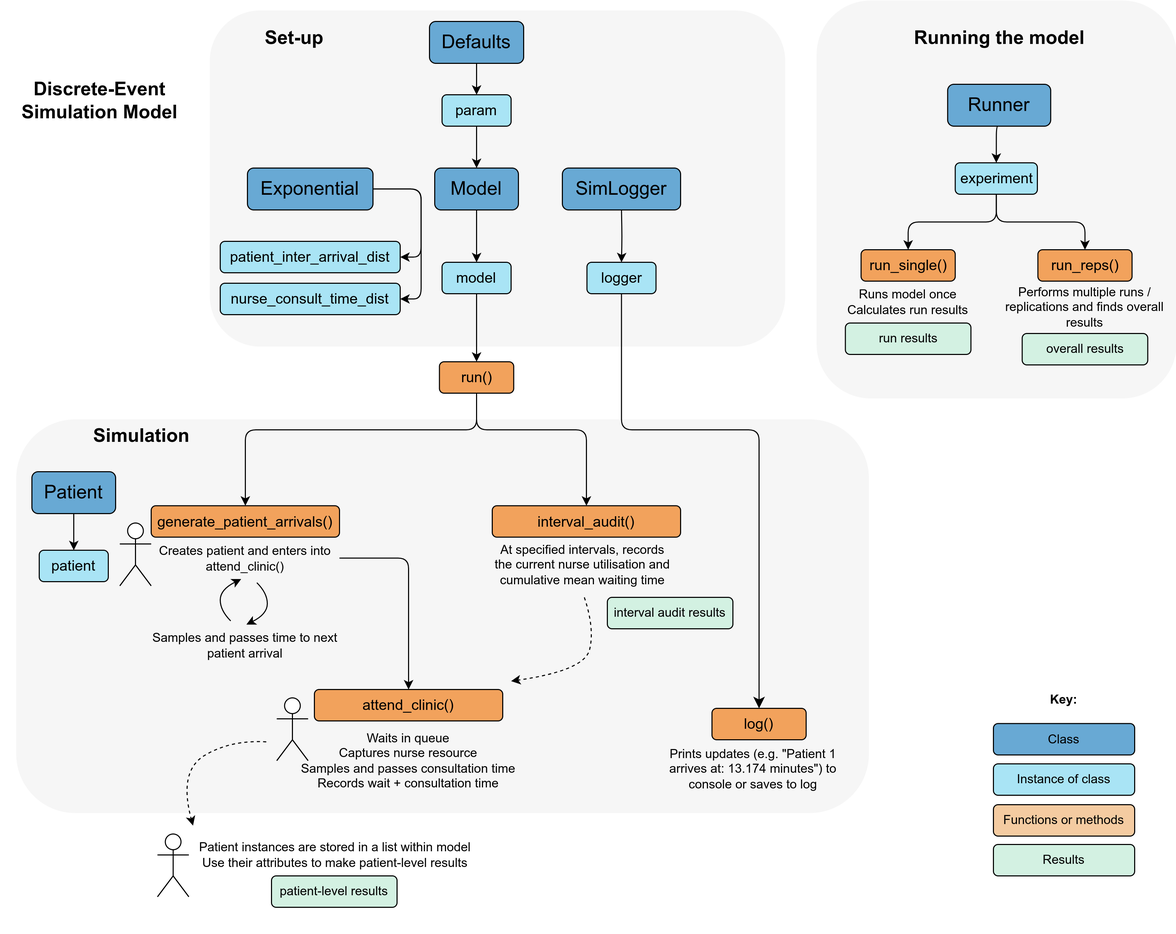
This is images/model_structure.png from pythonhealthdatascience/pydesrap_mms, a draw.io export, as it was before one commit. Source tidied: cells renumbered, new cells last; positions are measured from the earlier drawing's top-left corner, leaving out a move shared by most shapes.
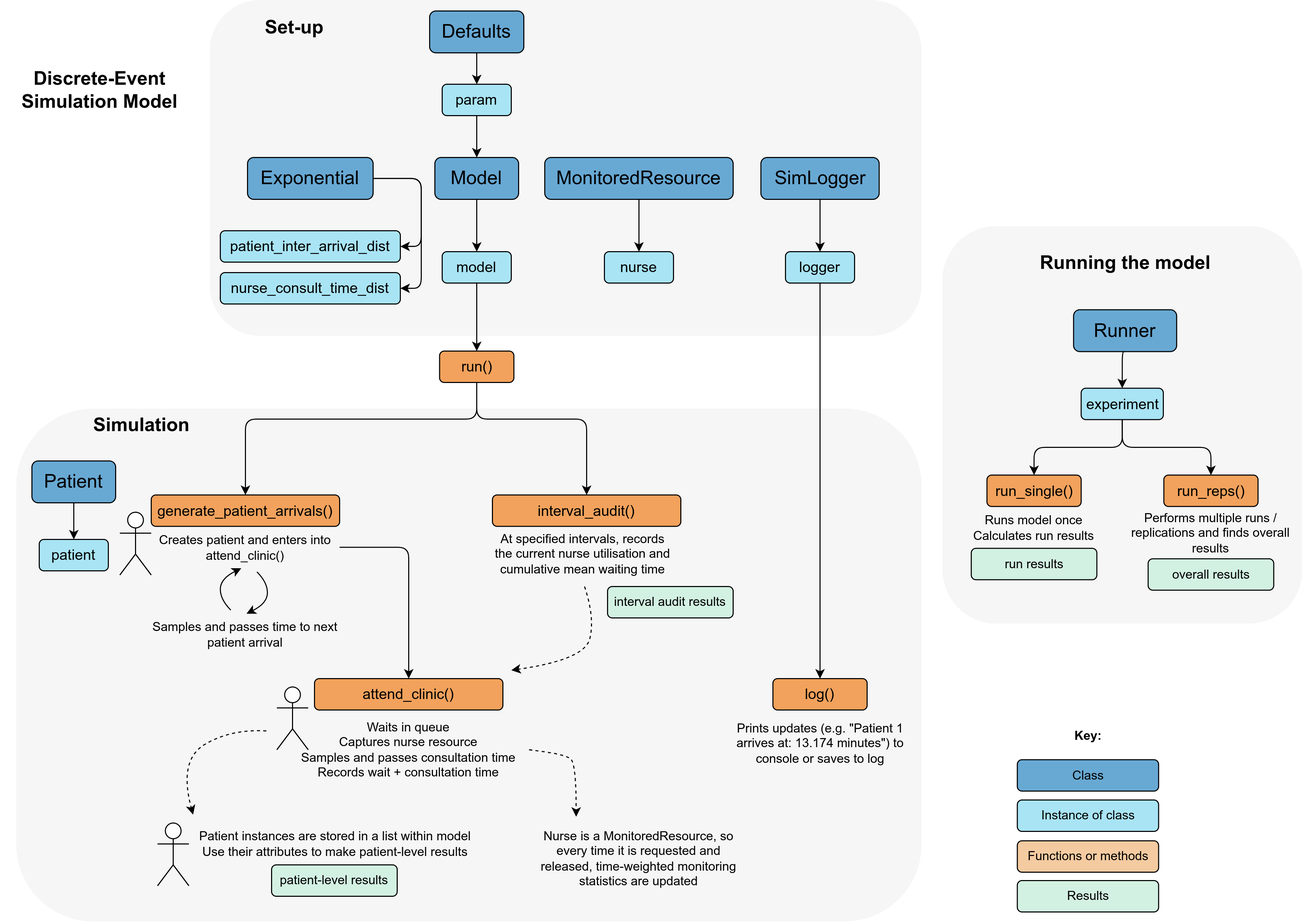
After the change.

Commit message:
docs(draw.io): update model structure diagram, adding MonitoredResource

The edit, as a diff of the source:
```diff
@@ -3,13 +3,13 @@
     <mxCell id="0" />
     <mxCell id="1" parent="0" />
     <mxCell id="2" style="rounded=1;whiteSpace=wrap;html=1;fillColor=#EEEEEE;strokeColor=none;opacity=50;" parent="1" vertex="1">
-      <mxGeometry x="780" width="344" height="380" as="geometry" />
+      <mxGeometry x="900" y="225.5" width="344" height="380" as="geometry" />
     </mxCell>
     <mxCell id="3" style="rounded=1;whiteSpace=wrap;html=1;strokeColor=none;fillColor=#EEEEEE;fontStyle=1;opacity=50;" parent="1" vertex="1">
-      <mxGeometry x="15" y="400" width="815" height="376" as="geometry" />
+      <mxGeometry x="15" y="400" width="865" height="490" as="geometry" />
     </mxCell>
     <mxCell id="4" style="rounded=1;whiteSpace=wrap;html=1;strokeColor=none;fillColor=#EEEEEE;fontStyle=1;opacity=50;" parent="1" vertex="1">
-      <mxGeometry x="200" y="9.5" width="550" height="321" as="geometry" />
+      <mxGeometry x="200" y="9.5" width="680" height="321" as="geometry" />
     </mxCell>
     <mxCell id="5" style="edgeStyle=orthogonalEdgeStyle;rounded=1;jettySize=auto;html=1;exitX=1;exitY=0.5;exitDx=0;exitDy=0;entryX=1;entryY=0.5;entryDx=0;entryDy=0;" parent="1" edge="1" source="7" target="39">
       <mxGeometry relative="1" as="geometry" />
@@ -36,7 +36,7 @@
       <mxGeometry relative="1" as="geometry" />
     </mxCell>
     <mxCell id="13" value="&lt;font style=&quot;font-size: 18px;&quot;&gt;Runner&lt;/font&gt;" style="rounded=1;whiteSpace=wrap;html=1;fillColor=#68A9D4;" parent="1" vertex="1">
-      <mxGeometry x="905.2" y="80" width="98.5" height="40" as="geometry" />
+      <mxGeometry x="1025.2" y="305.5" width="98.5" height="40" as="geometry" />
     </mxCell>
     <mxCell id="14" style="edgeStyle=orthogonalEdgeStyle;rounded=1;jettySize=auto;html=1;exitX=0.5;exitY=1;exitDx=0;exitDy=0;entryX=0.5;entryY=0;entryDx=0;entryDy=0;" parent="1" edge="1" source="15" target="11">
       <mxGeometry relative="1" as="geometry" />
@@ -125,7 +125,7 @@
       <mxGeometry relative="1" as="geometry" />
     </mxCell>
     <mxCell id="37" value="&lt;font style=&quot;font-size: 14px;&quot;&gt;experiment&lt;/font&gt;" style="rounded=1;whiteSpace=wrap;html=1;fillColor=#A9E4F5;" parent="1" vertex="1">
-      <mxGeometry x="912.5" y="155" width="78.5" height="30" as="geometry" />
+      <mxGeometry x="1032.5" y="380.5" width="78.5" height="30" as="geometry" />
     </mxCell>
     <mxCell id="38" value="&lt;font style=&quot;font-size: 14px;&quot;&gt;patient&lt;/font&gt;" style="rounded=1;whiteSpace=wrap;html=1;fillColor=#A9E4F5;" parent="1" vertex="1">
       <mxGeometry x="37" y="525" width="66" height="30" as="geometry" />
@@ -137,13 +137,13 @@
       <mxGeometry x="210" y="270" width="172" height="30" as="geometry" />
     </mxCell>
     <mxCell id="41" value="&lt;font style=&quot;font-size: 14px;&quot;&gt;run_single()&lt;/font&gt;" style="rounded=1;whiteSpace=wrap;html=1;fillColor=#F2A25C;" parent="1" vertex="1">
-      <mxGeometry x="822.5" y="238" width="90" height="30" as="geometry" />
+      <mxGeometry x="942.5" y="463.5" width="90" height="30" as="geometry" />
     </mxCell>
     <mxCell id="42" value="&lt;font style=&quot;font-size: 14px;&quot;&gt;run_reps()&lt;/font&gt;" style="rounded=1;whiteSpace=wrap;html=1;fillColor=#F2A25C;" parent="1" vertex="1">
-      <mxGeometry x="991.5" y="238" width="90" height="30" as="geometry" />
+      <mxGeometry x="1111.5" y="463.5" width="90" height="30" as="geometry" />
     </mxCell>
     <mxCell id="43" value="Runs model once&lt;div&gt;Calculates run results&lt;/div&gt;" style="text;html=1;align=center;verticalAlign=middle;whiteSpace=wrap;rounded=1;" parent="1" vertex="1">
-      <mxGeometry x="780" y="268" width="175" height="40" as="geometry" />
+      <mxGeometry x="900" y="493.5" width="175" height="40" as="geometry" />
     </mxCell>
     <mxCell id="44" value="patient-level results" style="rounded=1;whiteSpace=wrap;html=1;fillColor=#D3F1E2;" parent="1" vertex="1">
       <mxGeometry x="259" y="836" width="120" height="30" as="geometry" />
@@ -152,31 +152,31 @@
       <mxGeometry x="580" y="570" width="120" height="30" as="geometry" />
     </mxCell>
     <mxCell id="46" value="run results" style="rounded=1;whiteSpace=wrap;html=1;fillColor=#D3F1E2;" parent="1" vertex="1">
-      <mxGeometry x="807.5" y="308" width="120" height="30" as="geometry" />
+      <mxGeometry x="927.5" y="533.5" width="120" height="30" as="geometry" />
     </mxCell>
     <mxCell id="47" value="overall results" style="rounded=1;whiteSpace=wrap;html=1;fillColor=#D3F1E2;" parent="1" vertex="1">
-      <mxGeometry x="976.5" y="318" width="120" height="30" as="geometry" />
+      <mxGeometry x="1096.5" y="543.5" width="120" height="30" as="geometry" />
     </mxCell>
     <mxCell id="48" value="Performs multiple runs / replications and finds overall results" style="text;html=1;align=center;verticalAlign=middle;whiteSpace=wrap;rounded=1;" parent="1" vertex="1">
-      <mxGeometry x="949" y="273" width="175" height="40" as="geometry" />
+      <mxGeometry x="1069" y="498.5" width="175" height="40" as="geometry" />
     </mxCell>
     <mxCell id="49" value="At specified intervals, records the current nurse utilisation and cumulative mean waiting time" style="text;html=1;align=center;verticalAlign=middle;whiteSpace=wrap;rounded=1;" parent="1" vertex="1">
       <mxGeometry x="469" y="519" width="175" height="40" as="geometry" />
     </mxCell>
     <mxCell id="50" value="Key:" style="text;html=1;align=center;verticalAlign=middle;whiteSpace=wrap;rounded=1;fontStyle=1;" parent="1" vertex="1">
-      <mxGeometry x="994" y="655" width="45" height="25" as="geometry" />
+      <mxGeometry x="1016.5" y="700" width="45" height="25" as="geometry" />
     </mxCell>
     <mxCell id="51" value="Results" style="rounded=1;whiteSpace=wrap;html=1;fillColor=#D3F1E2;" parent="1" vertex="1">
-      <mxGeometry x="949" y="806" width="135" height="30" as="geometry" />
+      <mxGeometry x="971.5" y="851" width="135" height="30" as="geometry" />
     </mxCell>
     <mxCell id="52" value="Functions or methods" style="rounded=1;whiteSpace=wrap;html=1;fillColor=#F4CBA1;" parent="1" vertex="1">
-      <mxGeometry x="949" y="768" width="135" height="30" as="geometry" />
+      <mxGeometry x="971.5" y="813" width="135" height="30" as="geometry" />
     </mxCell>
     <mxCell id="53" value="Instance of class" style="rounded=1;whiteSpace=wrap;html=1;fillColor=#A9E4F5;" parent="1" vertex="1">
-      <mxGeometry x="949" y="729" width="135" height="30" as="geometry" />
+      <mxGeometry x="971.5" y="774" width="135" height="30" as="geometry" />
     </mxCell>
     <mxCell id="54" value="Class" style="rounded=1;whiteSpace=wrap;html=1;fillColor=#68A9D4;" parent="1" vertex="1">
-      <mxGeometry x="949" y="690.5" width="135" height="30" as="geometry" />
+      <mxGeometry x="971.5" y="735.5" width="135" height="30" as="geometry" />
     </mxCell>
     <mxCell id="55" style="curved=1;endArrow=classic;html=1;rounded=1;" parent="1" edge="1">
       <mxGeometry relative="1" as="geometry">
@@ -215,32 +215,25 @@
       <mxGeometry y="60" width="190" height="71" as="geometry" />
     </mxCell>
     <mxCell id="60" value="&lt;font style=&quot;font-size: 18px;&quot;&gt;Running the model&lt;/font&gt;" style="text;html=1;align=center;verticalAlign=middle;whiteSpace=wrap;rounded=1;fontStyle=1;" parent="1" vertex="1">
-      <mxGeometry x="859.5" y="20" width="190" height="31" as="geometry" />
+      <mxGeometry x="979.5" y="245.5" width="190" height="31" as="geometry" />
     </mxCell>
+    <mxCell id="69" style="edgeStyle=orthogonalEdgeStyle;rounded=1;jettySize=auto;html=1;exitX=0.5;exitY=1;exitDx=0;exitDy=0;entryX=0.5;entryY=0;entryDx=0;entryDy=0;curved=0;" parent="1" edge="1" source="61" target="64">
+      <mxGeometry relative="1" as="geometry" />
+    </mxCell>
     <mxCell id="61" value="&lt;font style=&quot;font-size: 18px;&quot;&gt;SimLogger&lt;/font&gt;" style="rounded=1;whiteSpace=wrap;html=1;fillColor=#68A9D4;" parent="1" vertex="1">
-      <mxGeometry x="537" y="160" width="113" height="40" as="geometry" />
+      <mxGeometry x="726.5" y="160" width="113" height="40" as="geometry" />
     </mxCell>
-    <mxCell id="62" style="edgeStyle=orthogonalEdgeStyle;rounded=1;jettySize=auto;html=1;exitX=0.5;exitY=1;exitDx=0;exitDy=0;entryX=0.5;entryY=0;entryDx=0;entryDy=0;" parent="1" edge="1" target="64">
-      <mxGeometry relative="1" as="geometry">
-        <mxPoint x="593.5" y="200" as="sourcePoint" />
-      </mxGeometry>
-    </mxCell>
-    <mxCell id="63" style="edgeStyle=orthogonalEdgeStyle;rounded=1;jettySize=auto;html=1;exitX=0.5;exitY=1;exitDx=0;exitDy=0;entryX=0.5;entryY=0;entryDx=0;entryDy=0;fontSize=12;startSize=8;endSize=8;" parent="1" edge="1" source="64" target="65">
-      <mxGeometry relative="1" as="geometry">
-        <Array as="points">
-          <mxPoint x="594" y="410" />
-          <mxPoint x="725" y="410" />
-        </Array>
-      </mxGeometry>
+    <mxCell id="63" style="edgeStyle=orthogonalEdgeStyle;rounded=1;jettySize=auto;html=1;exitX=0.5;exitY=1;exitDx=0;exitDy=0;entryX=0.5;entryY=0;entryDx=0;entryDy=0;curved=0;" parent="1" edge="1" source="64" target="65">
+      <mxGeometry relative="1" as="geometry" />
     </mxCell>
     <mxCell id="64" value="&lt;font style=&quot;font-size: 14px;&quot;&gt;logger&lt;/font&gt;" style="rounded=1;whiteSpace=wrap;html=1;fillColor=#A9E4F5;" parent="1" vertex="1">
-      <mxGeometry x="560.5" y="250" width="66" height="30" as="geometry" />
+      <mxGeometry x="750" y="250" width="66" height="30" as="geometry" />
     </mxCell>
     <mxCell id="65" value="&lt;font style=&quot;font-size: 14px;&quot;&gt;log()&lt;/font&gt;" style="rounded=1;whiteSpace=wrap;html=1;fillColor=#F2A25C;" parent="1" vertex="1">
-      <mxGeometry x="680" y="676" width="90" height="30" as="geometry" />
+      <mxGeometry x="738" y="658" width="90" height="30" as="geometry" />
     </mxCell>
     <mxCell id="66" value="Prints updates&amp;nbsp;&lt;span style=&quot;background-color: transparent; color: light-dark(rgb(0, 0, 0), rgb(255, 255, 255));&quot;&gt;(e.g. &quot;Patient 1 arrives at: 13.174 minutes&quot;) to console or saves to log&lt;/span&gt;" style="text;html=1;align=center;verticalAlign=middle;whiteSpace=wrap;rounded=1;" parent="1" vertex="1">
-      <mxGeometry x="626.5" y="713.5" width="185" height="40" as="geometry" />
+      <mxGeometry x="690.5" y="700" width="185" height="40" as="geometry" />
     </mxCell>
     <mxCell id="67" value="&lt;font style=&quot;font-size: 18px;&quot;&gt;Set-up&lt;/font&gt;" style="text;html=1;align=center;verticalAlign=middle;whiteSpace=wrap;rounded=1;fontStyle=1;" parent="1" vertex="1">
       <mxGeometry x="236" y="20" width="90" height="31" as="geometry" />
@@ -248,5 +241,26 @@
     <mxCell id="68" value="&lt;font style=&quot;font-size: 18px;&quot;&gt;Simulation&lt;/font&gt;" style="text;html=1;align=center;verticalAlign=middle;whiteSpace=wrap;rounded=1;fontStyle=1;" parent="1" vertex="1">
       <mxGeometry x="80" y="400" width="110" height="31" as="geometry" />
     </mxCell>
+    <mxCell id="70" style="edgeStyle=orthogonalEdgeStyle;rounded=1;jettySize=auto;html=1;exitX=0.5;exitY=1;exitDx=0;exitDy=0;entryX=0.5;entryY=0;entryDx=0;entryDy=0;curved=0;" parent="1" edge="1" source="71" target="72">
+      <mxGeometry relative="1" as="geometry" />
+    </mxCell>
+    <mxCell id="71" value="&lt;font style=&quot;font-size: 18px;&quot;&gt;MonitoredResource&lt;/font&gt;" style="rounded=1;whiteSpace=wrap;html=1;fillColor=#68A9D4;" parent="1" vertex="1">
+      <mxGeometry x="520" y="160" width="180" height="40" as="geometry" />
+    </mxCell>
+    <mxCell id="72" value="&lt;font style=&quot;font-size: 14px;&quot;&gt;nurse&lt;/font&gt;" style="rounded=1;whiteSpace=wrap;html=1;fillColor=#A9E4F5;" parent="1" vertex="1">
+      <mxGeometry x="577" y="250" width="66" height="30" as="geometry" />
+    </mxCell>
+    <mxCell id="73" style="curved=1;endArrow=classic;html=1;rounded=1;dashed=1;exitX=1;exitY=0.5;exitDx=0;exitDy=0;" parent="1" edge="1" source="30">
+      <mxGeometry relative="1" as="geometry">
+        <mxPoint x="550" y="790" as="targetPoint" />
+        <Array as="points">
+          <mxPoint x="540" y="730" />
+          <mxPoint x="550" y="740" />
+        </Array>
+      </mxGeometry>
+    </mxCell>
+    <mxCell id="74" value="Nurse is a MonitoredResource, so every time it is requested and released, time-weighted monitoring statistics are updated" style="text;html=1;align=center;verticalAlign=middle;whiteSpace=wrap;rounded=1;" parent="1" vertex="1">
+      <mxGeometry x="510" y="810" width="200" height="40" as="geometry" />
+    </mxCell>
   </root>
 </mxGraphModel>
```
